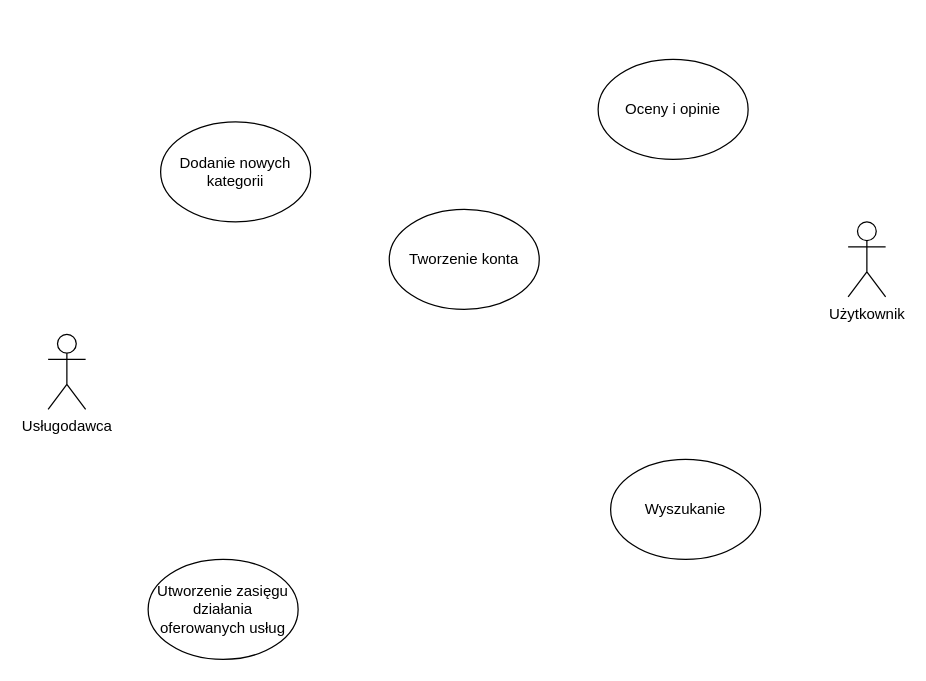
Above: Untitled Diagram.drawio in kamildziedzic/Remontowo.pl (draw.io), before the change. Source tidied: cells renumbered, new cells numbered last; positions are measured from the earlier drawing's top-left corner, leaving out a move shared by most shapes. Both pictures are drawn from the tidied source at 125%, with x=0, y=0 at pixel (48, 59).
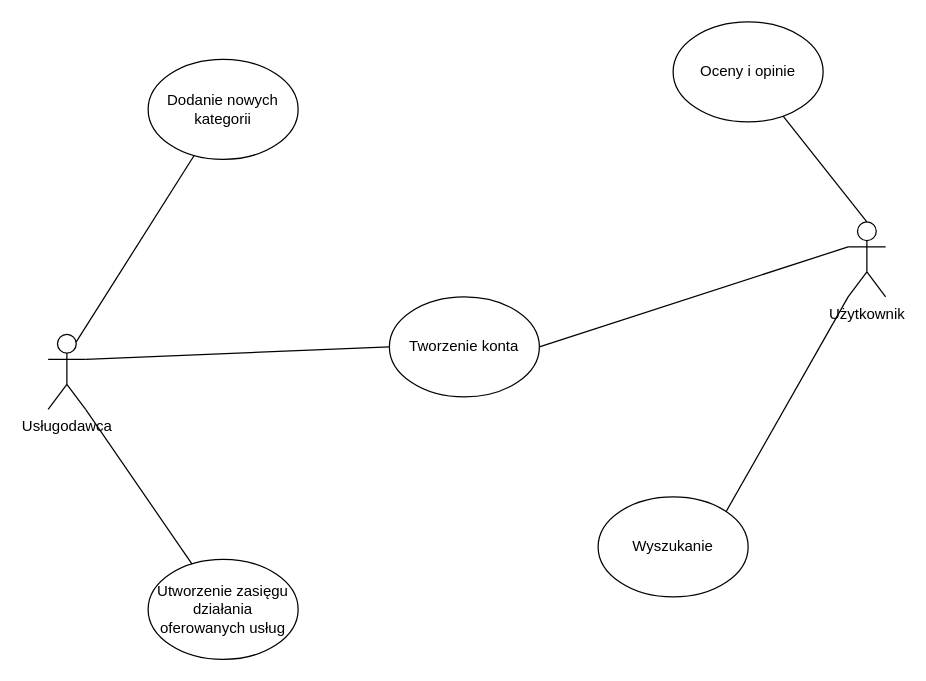
Above is the later version.

Diff of the diagram source:
```diff
@@
 <mxGraphModel>
   <root>
     <mxCell id="0" />
     <mxCell id="1" parent="0" />
     <mxCell id="2" value="Usługodawca" style="shape=umlActor;verticalLabelPosition=bottom;labelBackgroundColor=#ffffff;verticalAlign=top;html=1;outlineConnect=0;" parent="1" vertex="1">
       <mxGeometry y="220" width="30" height="60" as="geometry" />
     </mxCell>
     <mxCell id="3" value="Tworzenie konta" style="ellipse;whiteSpace=wrap;html=1;" parent="1" vertex="1">
-      <mxGeometry x="272.9" y="120" width="120" height="80" as="geometry" />
+      <mxGeometry x="273" y="190" width="120" height="80" as="geometry" />
     </mxCell>
     <mxCell id="4" value="Dodanie nowych kategorii" style="ellipse;whiteSpace=wrap;html=1;" parent="1" vertex="1">
-      <mxGeometry x="90" y="50" width="120" height="80" as="geometry" />
+      <mxGeometry x="80" width="120" height="80" as="geometry" />
     </mxCell>
     <mxCell id="5" value="Utworzenie zasięgu działania oferowanych usług" style="ellipse;whiteSpace=wrap;html=1;" parent="1" vertex="1">
       <mxGeometry x="80" y="400" width="120" height="80" as="geometry" />
     </mxCell>
     <mxCell id="6" value="Użytkownik" style="shape=umlActor;verticalLabelPosition=bottom;labelBackgroundColor=#ffffff;verticalAlign=top;html=1;outlineConnect=0;" parent="1" vertex="1">
       <mxGeometry x="640" y="130" width="30" height="60" as="geometry" />
     </mxCell>
     <mxCell id="7" value="Oceny i opinie" style="ellipse;whiteSpace=wrap;html=1;" parent="1" vertex="1">
-      <mxGeometry x="440" width="120" height="80" as="geometry" />
+      <mxGeometry x="500" y="-30" width="120" height="80" as="geometry" />
     </mxCell>
     <mxCell id="8" value="Wyszukanie" style="ellipse;whiteSpace=wrap;html=1;" parent="1" vertex="1">
-      <mxGeometry x="450" y="320" width="120" height="80" as="geometry" />
+      <mxGeometry x="440" y="350" width="120" height="80" as="geometry" />
     </mxCell>
+    <mxCell id="9" style="endArrow=none;html=1;entryX=1;entryY=1;entryDx=0;entryDy=0;entryPerimeter=0;" parent="1" edge="1" source="5" target="2">
+      <mxGeometry relative="1" as="geometry" />
+    </mxCell>
+    <mxCell id="10" style="endArrow=none;html=1;entryX=0.75;entryY=0.1;entryDx=0;entryDy=0;entryPerimeter=0;" parent="1" edge="1" source="4" target="2">
+      <mxGeometry relative="1" as="geometry" />
+    </mxCell>
+    <mxCell id="11" style="endArrow=none;html=1;entryX=0;entryY=1;entryDx=0;entryDy=0;entryPerimeter=0;exitX=1;exitY=0;exitDx=0;exitDy=0;" parent="1" edge="1" source="8" target="6">
+      <mxGeometry relative="1" as="geometry" />
+    </mxCell>
+    <mxCell id="12" style="endArrow=none;html=1;entryX=0.5;entryY=0;entryDx=0;entryDy=0;entryPerimeter=0;" parent="1" edge="1" source="7" target="6">
+      <mxGeometry relative="1" as="geometry" />
+    </mxCell>
+    <mxCell id="13" style="endArrow=none;html=1;entryX=1;entryY=0.3333333333333333;entryDx=0;entryDy=0;entryPerimeter=0;exitX=0;exitY=0.5;exitDx=0;exitDy=0;" parent="1" edge="1" source="3" target="2">
+      <mxGeometry relative="1" as="geometry" />
+    </mxCell>
+    <mxCell id="14" style="endArrow=none;html=1;entryX=0;entryY=0.3333333333333333;entryDx=0;entryDy=0;entryPerimeter=0;exitX=1;exitY=0.5;exitDx=0;exitDy=0;" parent="1" edge="1" source="3" target="6">
+      <mxGeometry relative="1" as="geometry" />
+    </mxCell>
   </root>
 </mxGraphModel>
```
